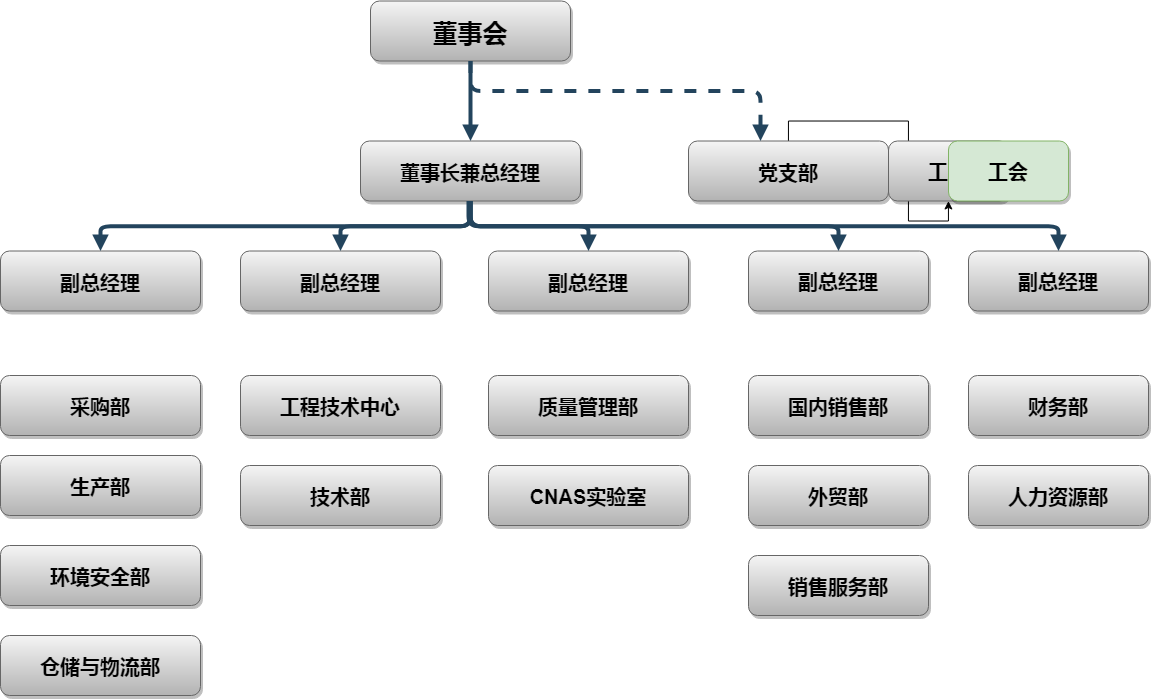
Above: Untitled Diagram.png in anduony/Uarm_C- (draw.io), before the change. Source tidied: cells renumbered, new cells last; positions are measured from the earlier drawing's top-left corner, leaving out a move shared by most shapes.
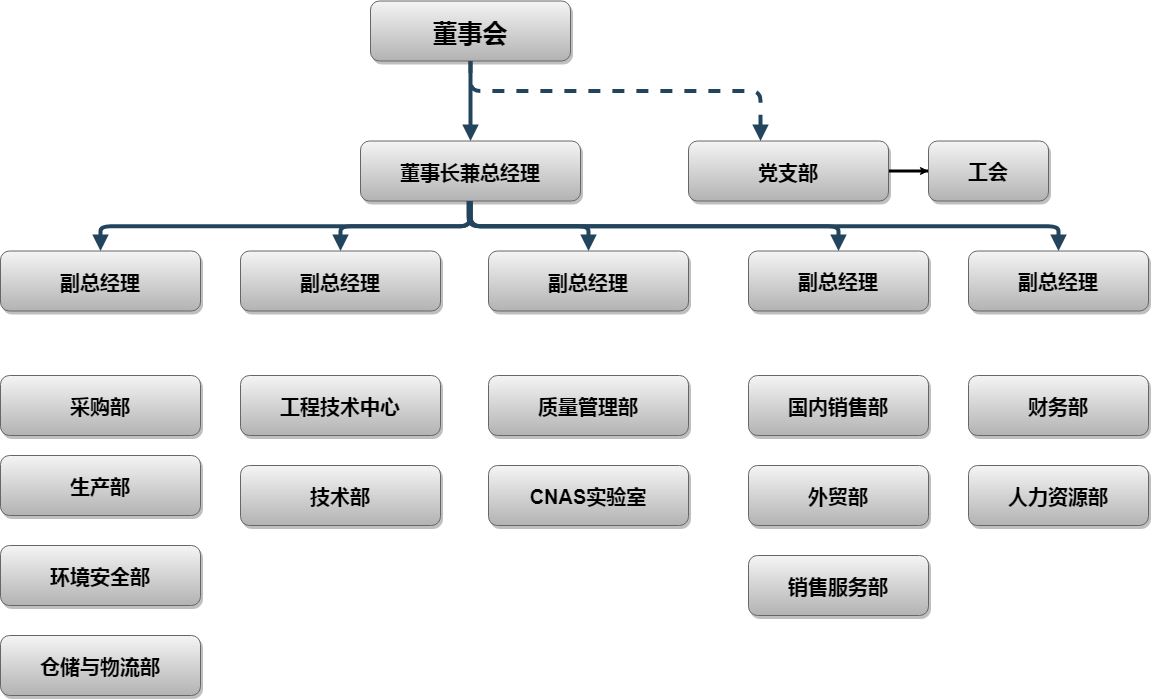
After the change.

Diff of the diagram source:
```diff
@@ -20,8 +20,10 @@
     <mxCell id="7" style="edgeStyle=orthogonalEdgeStyle;rounded=0;jettySize=auto;html=1;fontSize=25;" parent="1" edge="1" source="9" target="32">
       <mxGeometry relative="1" as="geometry" />
     </mxCell>
-    <mxCell id="8" style="edgeStyle=orthogonalEdgeStyle;rounded=0;jettySize=auto;html=1;strokeWidth=3;" parent="1" edge="1" source="9" target="33">
-      <mxGeometry relative="1" as="geometry" />
+    <mxCell id="8" style="edgeStyle=orthogonalEdgeStyle;rounded=0;jettySize=auto;html=1;strokeWidth=3;" parent="1" edge="1" source="9">
+      <mxGeometry relative="1" as="geometry">
+        <mxPoint x="948" y="169.5" as="targetPoint" />
+      </mxGeometry>
     </mxCell>
     <mxCell id="9" value="党支部" style="rounded=1;fillColor=#f5f5f5;strokeColor=#666666;shadow=1;fontStyle=1;fontSize=20;gradientColor=#b3b3b3;" parent="1" vertex="1">
       <mxGeometry x="688" y="139.5" width="200" height="60" as="geometry" />
@@ -101,10 +103,7 @@
       </mxGeometry>
     </mxCell>
     <mxCell id="32" value="工会" style="whiteSpace=wrap;html=1;rounded=1;shadow=1;fontSize=20;fontStyle=1;strokeColor=#666666;fillColor=#f5f5f5;gradientColor=#b3b3b3;" parent="1" vertex="1">
-      <mxGeometry x="888" y="139.5" width="120" height="60" as="geometry" />
+      <mxGeometry x="928" y="139.5" width="120" height="60" as="geometry" />
     </mxCell>
-    <mxCell id="33" value="工会" style="whiteSpace=wrap;html=1;rounded=1;shadow=1;fontSize=20;fontStyle=1;strokeColor=#82b366;fillColor=#d5e8d4;" parent="1" vertex="1">
-      <mxGeometry x="948" y="139.5" width="120" height="60" as="geometry" />
-    </mxCell>
   </root>
 </mxGraphModel>
```
